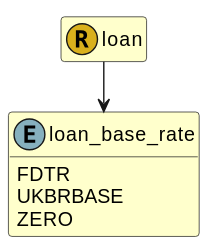
Before: images/fire.model.loan_base_rate.svg, a diagram exported from PlantUML (Schemarise/demo-alfa-with-fire-json-model). The source it was exported from:
```plantuml
@startuml
!pragma layout smetana

skinparam ClassBackgroundColor #BUSINESS
hide empty methods
hide empty fields
skinparam backgroundColor transparent
set namespaceSeparator none




class loan_base_rate << (E,86B0BE) >> {

  FDTR
  UKBRBASE
  ZERO



}

class loan << (R,D9B01C) >> {





}

loan --> loan_base_rate

@enduml
```
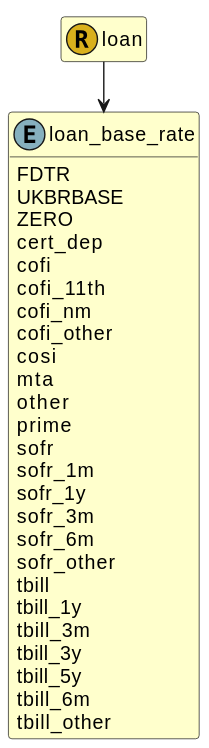
After the change.

Change to the diagram source:
```diff
@@ -15,6 +15,28 @@
   FDTR
   UKBRBASE
   ZERO
+  cert_dep
+  cofi
+  cofi_11th
+  cofi_nm
+  cofi_other
+  cosi
+  mta
+  other
+  prime
+  sofr
+  sofr_1m
+  sofr_1y
+  sofr_3m
+  sofr_6m
+  sofr_other
+  tbill
+  tbill_1y
+  tbill_3m
+  tbill_3y
+  tbill_5y
+  tbill_6m
+  tbill_other
 
 
 
```
